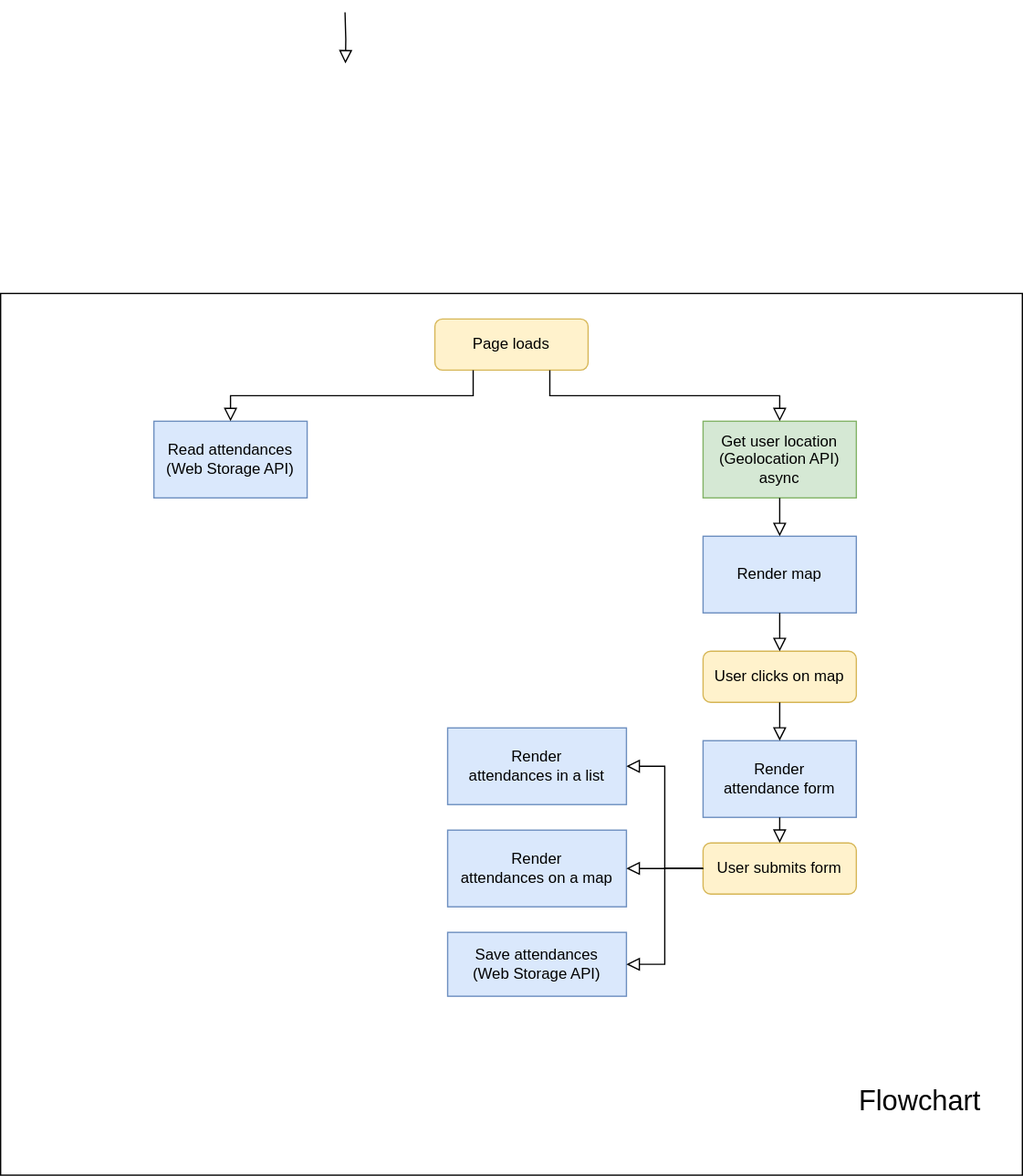
Above: flowchart.drawio.svg in josenavarrohub/vanilla-js-eventify (draw.io), before the change. Source tidied: cells renumbered, new cells last; positions are measured from the earlier drawing's top-left corner, leaving out a move shared by most shapes.
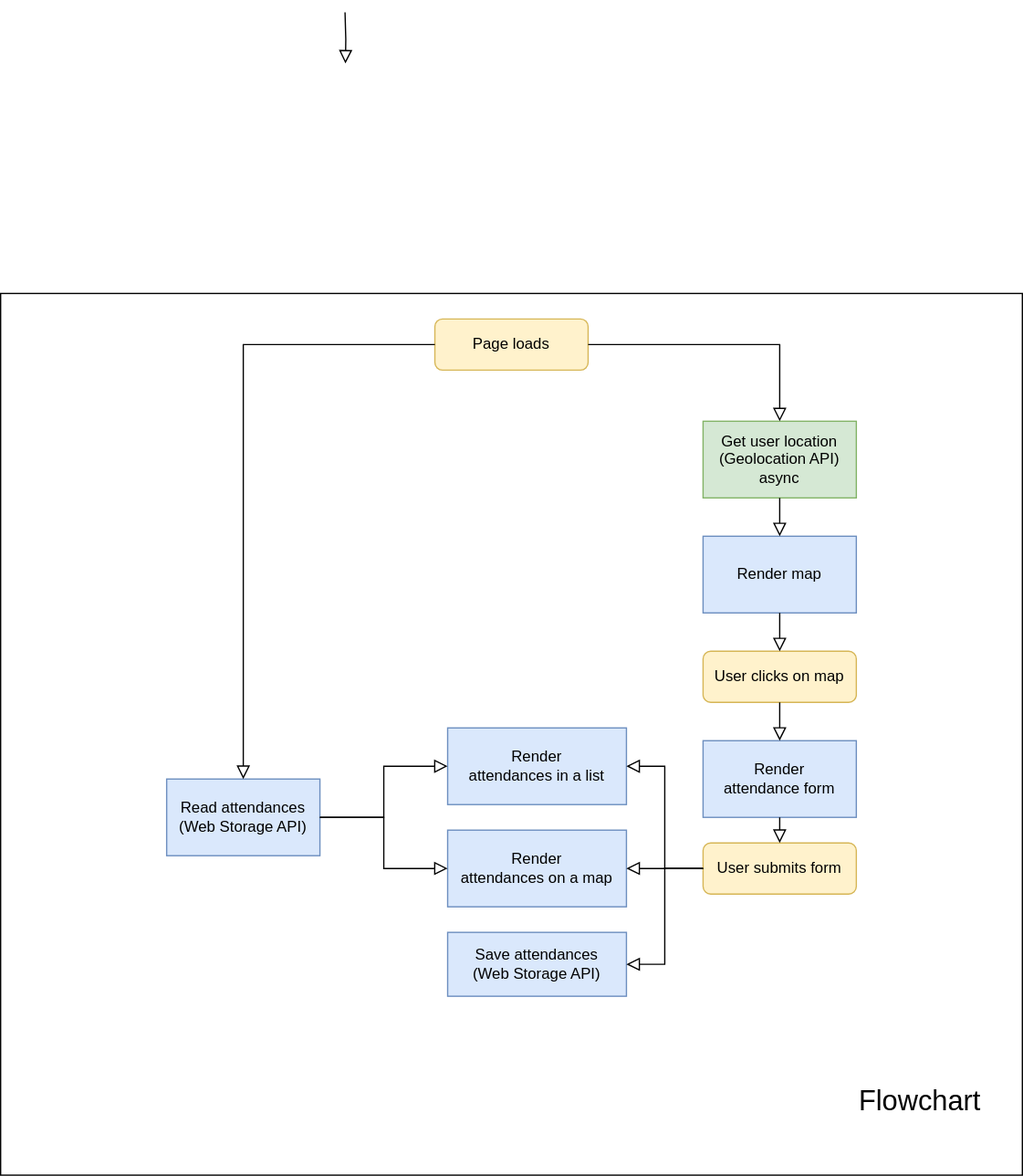
After the change.

Diff of the diagram source:
```diff
@@ -39,12 +39,12 @@
       <mxGeometry x="350" y="640" width="140" height="60" as="geometry" />
     </mxCell>
     <mxCell id="13" value="Read attendances&lt;br&gt;(Web Storage API)" style="rounded=0;whiteSpace=wrap;html=1;fillColor=#dae8fc;strokeColor=#6c8ebf;" parent="1" vertex="1">
-      <mxGeometry x="120" y="320" width="120" height="60" as="geometry" />
+      <mxGeometry x="130" y="600" width="120" height="60" as="geometry" />
     </mxCell>
-    <mxCell id="14" style="rounded=0;html=1;jettySize=auto;fontSize=11;endArrow=block;endFill=0;endSize=8;strokeWidth=1;shadow=0;labelBackgroundColor=none;edgeStyle=orthogonalEdgeStyle;exitX=0.25;exitY=1;exitDx=0;exitDy=0;" parent="1" edge="1" source="5" target="13">
+    <mxCell id="14" style="rounded=0;html=1;jettySize=auto;fontSize=11;endArrow=block;endFill=0;endSize=8;strokeWidth=1;shadow=0;labelBackgroundColor=none;edgeStyle=orthogonalEdgeStyle;exitX=0;exitY=0.5;exitDx=0;exitDy=0;" parent="1" edge="1" source="5" target="13">
       <mxGeometry relative="1" as="geometry" />
     </mxCell>
-    <mxCell id="15" style="rounded=0;html=1;jettySize=auto;fontSize=11;endArrow=block;endFill=0;endSize=8;strokeWidth=1;shadow=0;labelBackgroundColor=none;edgeStyle=orthogonalEdgeStyle;entryX=0.5;entryY=0;entryDx=0;entryDy=0;exitX=0.75;exitY=1;exitDx=0;exitDy=0;" parent="1" edge="1" source="5" target="6">
+    <mxCell id="15" style="rounded=0;html=1;jettySize=auto;fontSize=11;endArrow=block;endFill=0;endSize=8;strokeWidth=1;shadow=0;labelBackgroundColor=none;edgeStyle=orthogonalEdgeStyle;entryX=0.5;entryY=0;entryDx=0;entryDy=0;exitX=1;exitY=0.5;exitDx=0;exitDy=0;" parent="1" edge="1" source="5" target="6">
       <mxGeometry relative="1" as="geometry" />
     </mxCell>
     <mxCell id="16" value="Save attendances&lt;br&gt;(Web Storage API)" style="rounded=0;whiteSpace=wrap;html=1;fillColor=#dae8fc;strokeColor=#6c8ebf;" parent="1" vertex="1">
@@ -73,5 +73,11 @@
     <mxCell id="23" style="rounded=0;html=1;jettySize=auto;fontSize=11;endArrow=block;endFill=0;endSize=8;strokeWidth=1;shadow=0;labelBackgroundColor=none;edgeStyle=orthogonalEdgeStyle;entryX=1;entryY=0.5;entryDx=0;entryDy=0;exitX=0;exitY=0.5;exitDx=0;exitDy=0;" parent="1" edge="1" source="10" target="16">
       <mxGeometry relative="1" as="geometry" />
     </mxCell>
+    <mxCell id="24" style="rounded=0;html=1;jettySize=auto;fontSize=11;endArrow=block;endFill=0;endSize=8;strokeWidth=1;shadow=0;labelBackgroundColor=none;edgeStyle=orthogonalEdgeStyle;entryX=0;entryY=0.5;entryDx=0;entryDy=0;exitX=1;exitY=0.5;exitDx=0;exitDy=0;" parent="1" edge="1" source="13" target="11">
+      <mxGeometry relative="1" as="geometry" />
+    </mxCell>
+    <mxCell id="25" style="rounded=0;html=1;jettySize=auto;fontSize=11;endArrow=block;endFill=0;endSize=8;strokeWidth=1;shadow=0;labelBackgroundColor=none;edgeStyle=orthogonalEdgeStyle;entryX=0;entryY=0.5;entryDx=0;entryDy=0;exitX=1;exitY=0.5;exitDx=0;exitDy=0;" parent="1" edge="1" source="13" target="12">
+      <mxGeometry relative="1" as="geometry" />
+    </mxCell>
   </root>
 </mxGraphModel>
```
